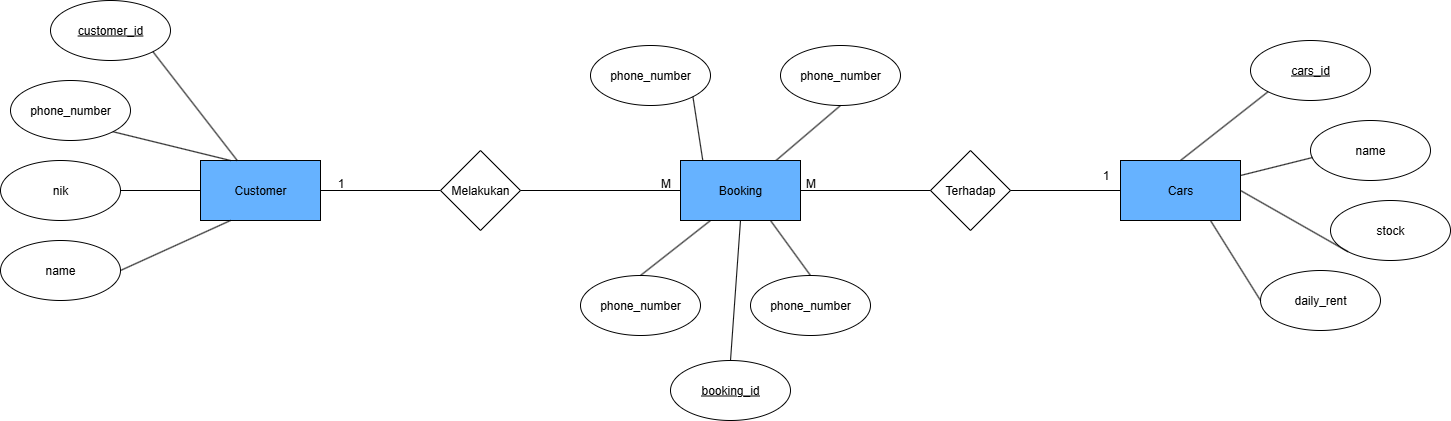
Above: archive/V1.png in AtharAdista/car-rental-BE (draw.io), before the change. Source tidied: cells renumbered, new cells last; positions are measured from the earlier drawing's top-left corner, leaving out a move shared by most shapes. Source of this version:
```xml
<mxGraphModel>
  <root>
    <mxCell id="0" />
    <mxCell id="1" parent="0" />
    <mxCell id="2" value="Customer" style="rounded=0;whiteSpace=wrap;html=1;fillColor=#66B2FF;" parent="1" vertex="1">
      <mxGeometry x="200" y="160" width="120" height="60" as="geometry" />
    </mxCell>
    <mxCell id="3" value="Cars" style="rounded=0;whiteSpace=wrap;html=1;fillColor=#66B2FF;" parent="1" vertex="1">
      <mxGeometry x="1120" y="160" width="120" height="60" as="geometry" />
    </mxCell>
    <mxCell id="4" value="name" style="ellipse;whiteSpace=wrap;html=1;" parent="1" vertex="1">
      <mxGeometry x="1310" y="120" width="120" height="60" as="geometry" />
    </mxCell>
    <mxCell id="5" value="stock" style="ellipse;whiteSpace=wrap;html=1;" parent="1" vertex="1">
      <mxGeometry x="1330" y="200" width="120" height="60" as="geometry" />
    </mxCell>
    <mxCell id="6" value="daily_rent" style="ellipse;whiteSpace=wrap;html=1;" parent="1" vertex="1">
      <mxGeometry x="1260" y="270" width="120" height="60" as="geometry" />
    </mxCell>
    <mxCell id="7" style="endArrow=none;html=1;rounded=0;entryX=1;entryY=0.5;entryDx=0;entryDy=0;exitX=0;exitY=1;exitDx=0;exitDy=0;" parent="1" edge="1" source="5" target="3">
      <mxGeometry relative="1" as="geometry" />
    </mxCell>
    <mxCell id="8" style="endArrow=none;html=1;rounded=0;entryX=0;entryY=0.5;entryDx=0;entryDy=0;exitX=0.75;exitY=1;exitDx=0;exitDy=0;" parent="1" edge="1" source="3" target="6">
      <mxGeometry relative="1" as="geometry" />
    </mxCell>
    <mxCell id="9" value="phone_number" style="ellipse;whiteSpace=wrap;html=1;" parent="1" vertex="1">
      <mxGeometry x="10" y="80" width="120" height="60" as="geometry" />
    </mxCell>
    <mxCell id="10" value="nik" style="ellipse;whiteSpace=wrap;html=1;" parent="1" vertex="1">
      <mxGeometry y="160" width="120" height="60" as="geometry" />
    </mxCell>
    <mxCell id="11" value="name" style="ellipse;whiteSpace=wrap;html=1;" parent="1" vertex="1">
      <mxGeometry y="240" width="120" height="60" as="geometry" />
    </mxCell>
    <mxCell id="12" style="endArrow=none;html=1;rounded=0;entryX=1;entryY=1;entryDx=0;entryDy=0;exitX=0.25;exitY=0;exitDx=0;exitDy=0;" parent="1" edge="1" source="2" target="9">
      <mxGeometry relative="1" as="geometry" />
    </mxCell>
    <mxCell id="13" style="endArrow=none;html=1;rounded=0;entryX=1;entryY=0.5;entryDx=0;entryDy=0;exitX=0;exitY=0.5;exitDx=0;exitDy=0;" parent="1" edge="1" source="2" target="10">
      <mxGeometry relative="1" as="geometry" />
    </mxCell>
    <mxCell id="14" style="endArrow=none;html=1;rounded=0;entryX=1;entryY=0.5;entryDx=0;entryDy=0;exitX=0.25;exitY=1;exitDx=0;exitDy=0;" parent="1" edge="1" source="2" target="11">
      <mxGeometry relative="1" as="geometry" />
    </mxCell>
    <mxCell id="15" value="&lt;u&gt;customer_id&lt;/u&gt;" style="ellipse;whiteSpace=wrap;html=1;" parent="1" vertex="1">
      <mxGeometry x="50" width="120" height="60" as="geometry" />
    </mxCell>
    <mxCell id="16" value="&lt;u&gt;cars_id&lt;/u&gt;" style="ellipse;whiteSpace=wrap;html=1;" parent="1" vertex="1">
      <mxGeometry x="1250" y="40" width="120" height="60" as="geometry" />
    </mxCell>
    <mxCell id="17" value="phone_number" style="ellipse;whiteSpace=wrap;html=1;" parent="1" vertex="1">
      <mxGeometry x="590" y="45" width="120" height="60" as="geometry" />
    </mxCell>
    <mxCell id="18" value="phone_number" style="ellipse;whiteSpace=wrap;html=1;" parent="1" vertex="1">
      <mxGeometry x="780" y="45" width="120" height="60" as="geometry" />
    </mxCell>
    <mxCell id="19" value="phone_number" style="ellipse;whiteSpace=wrap;html=1;" parent="1" vertex="1">
      <mxGeometry x="580" y="275" width="120" height="60" as="geometry" />
    </mxCell>
    <mxCell id="20" value="phone_number" style="ellipse;whiteSpace=wrap;html=1;" parent="1" vertex="1">
      <mxGeometry x="750" y="275" width="120" height="60" as="geometry" />
    </mxCell>
    <mxCell id="21" style="endArrow=none;html=1;rounded=0;entryX=0;entryY=1;entryDx=0;entryDy=0;exitX=0.5;exitY=0;exitDx=0;exitDy=0;" parent="1" edge="1" source="3" target="16">
      <mxGeometry relative="1" as="geometry" />
    </mxCell>
    <mxCell id="22" style="endArrow=none;html=1;rounded=0;entryX=0.017;entryY=0.617;entryDx=0;entryDy=0;entryPerimeter=0;exitX=1;exitY=0.25;exitDx=0;exitDy=0;" parent="1" edge="1" source="3" target="4">
      <mxGeometry relative="1" as="geometry" />
    </mxCell>
    <mxCell id="23" style="endArrow=none;html=1;rounded=0;entryX=0.25;entryY=1;entryDx=0;entryDy=0;exitX=0.5;exitY=0;exitDx=0;exitDy=0;" parent="1" edge="1" source="19" target="28">
      <mxGeometry relative="1" as="geometry" />
    </mxCell>
    <mxCell id="24" style="endArrow=none;html=1;rounded=0;entryX=0.75;entryY=1;entryDx=0;entryDy=0;exitX=0.5;exitY=0;exitDx=0;exitDy=0;" parent="1" edge="1" source="20" target="28">
      <mxGeometry relative="1" as="geometry" />
    </mxCell>
    <mxCell id="25" style="endArrow=none;html=1;rounded=0;entryX=0;entryY=0;entryDx=0;entryDy=0;exitX=1;exitY=1;exitDx=0;exitDy=0;" parent="1" edge="1" source="17">
      <mxGeometry relative="1" as="geometry">
        <mxPoint x="705" y="177.5" as="targetPoint" />
      </mxGeometry>
    </mxCell>
    <mxCell id="26" style="endArrow=none;html=1;rounded=0;entryX=1;entryY=0;entryDx=0;entryDy=0;exitX=0.5;exitY=1;exitDx=0;exitDy=0;" parent="1" edge="1" source="18">
      <mxGeometry relative="1" as="geometry">
        <mxPoint x="755" y="177.5" as="targetPoint" />
      </mxGeometry>
    </mxCell>
    <mxCell id="27" style="endArrow=none;html=1;rounded=0;" parent="1" edge="1" source="2">
      <mxGeometry relative="1" as="geometry">
        <mxPoint x="440" y="190" as="targetPoint" />
      </mxGeometry>
    </mxCell>
    <mxCell id="28" value="Booking" style="rounded=0;whiteSpace=wrap;html=1;fillColor=#66B2FF;" parent="1" vertex="1">
      <mxGeometry x="680" y="160" width="120" height="60" as="geometry" />
    </mxCell>
    <mxCell id="29" value="Melakukan" style="rhombus;whiteSpace=wrap;html=1;" parent="1" vertex="1">
      <mxGeometry x="440" y="150" width="80" height="80" as="geometry" />
    </mxCell>
    <mxCell id="30" value="Terhadap" style="rhombus;whiteSpace=wrap;html=1;" parent="1" vertex="1">
      <mxGeometry x="930" y="150" width="80" height="80" as="geometry" />
    </mxCell>
    <mxCell id="31" style="endArrow=none;html=1;rounded=0;exitX=1;exitY=0.5;exitDx=0;exitDy=0;entryX=0;entryY=0.5;entryDx=0;entryDy=0;" parent="1" edge="1" source="29" target="28">
      <mxGeometry relative="1" as="geometry" />
    </mxCell>
    <mxCell id="32" style="endArrow=none;html=1;rounded=0;exitX=1;exitY=0.5;exitDx=0;exitDy=0;entryX=0;entryY=0.5;entryDx=0;entryDy=0;" parent="1" edge="1" source="28" target="30">
      <mxGeometry relative="1" as="geometry" />
    </mxCell>
    <mxCell id="33" style="endArrow=none;html=1;rounded=0;entryX=0;entryY=0.5;entryDx=0;entryDy=0;exitX=1;exitY=0.5;exitDx=0;exitDy=0;" parent="1" edge="1" source="30" target="3">
      <mxGeometry relative="1" as="geometry" />
    </mxCell>
    <mxCell id="34" value="1" style="text;html=1;align=center;verticalAlign=middle;strokeColor=none;fillColor=none;" parent="1" vertex="1">
      <mxGeometry x="325" y="168" width="30" height="30" as="geometry" />
    </mxCell>
    <mxCell id="35" value="M" style="text;html=1;align=center;verticalAlign=middle;strokeColor=none;fillColor=none;" parent="1" vertex="1">
      <mxGeometry x="650" y="168" width="30" height="30" as="geometry" />
    </mxCell>
    <mxCell id="36" value="M" style="text;html=1;align=center;verticalAlign=middle;strokeColor=none;fillColor=none;" parent="1" vertex="1">
      <mxGeometry x="795" y="168" width="30" height="30" as="geometry" />
    </mxCell>
    <mxCell id="37" value="1" style="text;html=1;align=center;verticalAlign=middle;strokeColor=none;fillColor=none;" parent="1" vertex="1">
      <mxGeometry x="1090" y="160" width="30" height="30" as="geometry" />
    </mxCell>
    <mxCell id="38" style="endArrow=none;html=1;rounded=0;entryX=1;entryY=1;entryDx=0;entryDy=0;" parent="1" edge="1" source="2" target="15">
      <mxGeometry relative="1" as="geometry" />
    </mxCell>
    <mxCell id="39" value="&lt;u&gt;booking_id&lt;/u&gt;" style="ellipse;whiteSpace=wrap;html=1;" parent="1" vertex="1">
      <mxGeometry x="670" y="360" width="120" height="60" as="geometry" />
    </mxCell>
    <mxCell id="40" style="endArrow=none;html=1;rounded=0;entryX=0.5;entryY=1;entryDx=0;entryDy=0;exitX=0.5;exitY=0;exitDx=0;exitDy=0;" parent="1" edge="1" source="39" target="28">
      <mxGeometry relative="1" as="geometry" />
    </mxCell>
  </root>
</mxGraphModel>
```
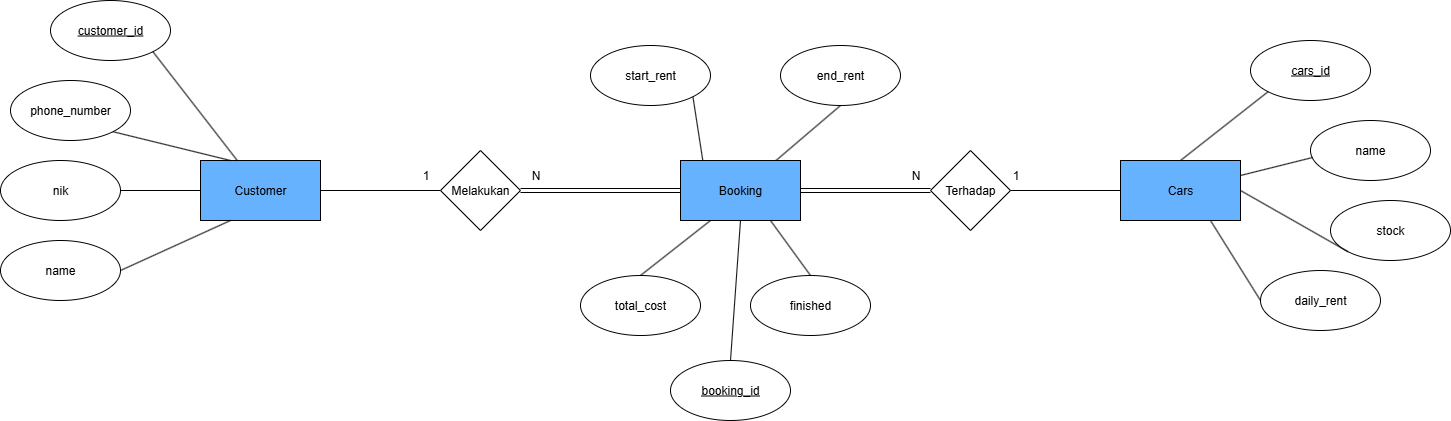
Above is the later version.

Change to the diagram source:
```diff
@@ -47,16 +47,16 @@
     <mxCell id="16" value="&lt;u&gt;cars_id&lt;/u&gt;" style="ellipse;whiteSpace=wrap;html=1;" parent="1" vertex="1">
       <mxGeometry x="1250" y="40" width="120" height="60" as="geometry" />
     </mxCell>
-    <mxCell id="17" value="phone_number" style="ellipse;whiteSpace=wrap;html=1;" parent="1" vertex="1">
+    <mxCell id="17" value="start_rent" style="ellipse;whiteSpace=wrap;html=1;" parent="1" vertex="1">
       <mxGeometry x="590" y="45" width="120" height="60" as="geometry" />
     </mxCell>
-    <mxCell id="18" value="phone_number" style="ellipse;whiteSpace=wrap;html=1;" parent="1" vertex="1">
+    <mxCell id="18" value="end_rent" style="ellipse;whiteSpace=wrap;html=1;" parent="1" vertex="1">
       <mxGeometry x="780" y="45" width="120" height="60" as="geometry" />
     </mxCell>
-    <mxCell id="19" value="phone_number" style="ellipse;whiteSpace=wrap;html=1;" parent="1" vertex="1">
+    <mxCell id="19" value="total_cost" style="ellipse;whiteSpace=wrap;html=1;" parent="1" vertex="1">
       <mxGeometry x="580" y="275" width="120" height="60" as="geometry" />
     </mxCell>
-    <mxCell id="20" value="phone_number" style="ellipse;whiteSpace=wrap;html=1;" parent="1" vertex="1">
+    <mxCell id="20" value="finished" style="ellipse;whiteSpace=wrap;html=1;" parent="1" vertex="1">
       <mxGeometry x="750" y="275" width="120" height="60" as="geometry" />
     </mxCell>
     <mxCell id="21" style="endArrow=none;html=1;rounded=0;entryX=0;entryY=1;entryDx=0;entryDy=0;exitX=0.5;exitY=0;exitDx=0;exitDy=0;" parent="1" edge="1" source="3" target="16">
@@ -95,26 +95,20 @@
     <mxCell id="30" value="Terhadap" style="rhombus;whiteSpace=wrap;html=1;" parent="1" vertex="1">
       <mxGeometry x="930" y="150" width="80" height="80" as="geometry" />
     </mxCell>
-    <mxCell id="31" style="endArrow=none;html=1;rounded=0;exitX=1;exitY=0.5;exitDx=0;exitDy=0;entryX=0;entryY=0.5;entryDx=0;entryDy=0;" parent="1" edge="1" source="29" target="28">
-      <mxGeometry relative="1" as="geometry" />
-    </mxCell>
-    <mxCell id="32" style="endArrow=none;html=1;rounded=0;exitX=1;exitY=0.5;exitDx=0;exitDy=0;entryX=0;entryY=0.5;entryDx=0;entryDy=0;" parent="1" edge="1" source="28" target="30">
-      <mxGeometry relative="1" as="geometry" />
-    </mxCell>
     <mxCell id="33" style="endArrow=none;html=1;rounded=0;entryX=0;entryY=0.5;entryDx=0;entryDy=0;exitX=1;exitY=0.5;exitDx=0;exitDy=0;" parent="1" edge="1" source="30" target="3">
       <mxGeometry relative="1" as="geometry" />
     </mxCell>
     <mxCell id="34" value="1" style="text;html=1;align=center;verticalAlign=middle;strokeColor=none;fillColor=none;" parent="1" vertex="1">
-      <mxGeometry x="325" y="168" width="30" height="30" as="geometry" />
+      <mxGeometry x="410" y="160" width="30" height="30" as="geometry" />
     </mxCell>
-    <mxCell id="35" value="M" style="text;html=1;align=center;verticalAlign=middle;strokeColor=none;fillColor=none;" parent="1" vertex="1">
-      <mxGeometry x="650" y="168" width="30" height="30" as="geometry" />
+    <mxCell id="35" value="N" style="text;html=1;align=center;verticalAlign=middle;strokeColor=none;fillColor=none;" parent="1" vertex="1">
+      <mxGeometry x="520" y="160" width="30" height="30" as="geometry" />
     </mxCell>
-    <mxCell id="36" value="M" style="text;html=1;align=center;verticalAlign=middle;strokeColor=none;fillColor=none;" parent="1" vertex="1">
-      <mxGeometry x="795" y="168" width="30" height="30" as="geometry" />
+    <mxCell id="36" value="N" style="text;html=1;align=center;verticalAlign=middle;strokeColor=none;fillColor=none;" parent="1" vertex="1">
+      <mxGeometry x="900" y="160" width="30" height="30" as="geometry" />
     </mxCell>
     <mxCell id="37" value="1" style="text;html=1;align=center;verticalAlign=middle;strokeColor=none;fillColor=none;" parent="1" vertex="1">
-      <mxGeometry x="1090" y="160" width="30" height="30" as="geometry" />
+      <mxGeometry x="1000" y="160" width="30" height="30" as="geometry" />
     </mxCell>
     <mxCell id="38" style="endArrow=none;html=1;rounded=0;entryX=1;entryY=1;entryDx=0;entryDy=0;" parent="1" edge="1" source="2" target="15">
       <mxGeometry relative="1" as="geometry" />
@@ -125,5 +119,11 @@
     <mxCell id="40" style="endArrow=none;html=1;rounded=0;entryX=0.5;entryY=1;entryDx=0;entryDy=0;exitX=0.5;exitY=0;exitDx=0;exitDy=0;" parent="1" edge="1" source="39" target="28">
       <mxGeometry relative="1" as="geometry" />
     </mxCell>
+    <mxCell id="31" style="shape=link;html=1;rounded=0;entryX=0;entryY=0.5;entryDx=0;entryDy=0;exitX=1;exitY=0.5;exitDx=0;exitDy=0;" parent="1" edge="1" source="29" target="28">
+      <mxGeometry relative="1" as="geometry" />
+    </mxCell>
+    <mxCell id="32" style="shape=link;html=1;rounded=0;exitX=1;exitY=0.5;exitDx=0;exitDy=0;entryX=0;entryY=0.5;entryDx=0;entryDy=0;" parent="1" edge="1" source="28" target="30">
+      <mxGeometry relative="1" as="geometry" />
+    </mxCell>
   </root>
 </mxGraphModel>
```
